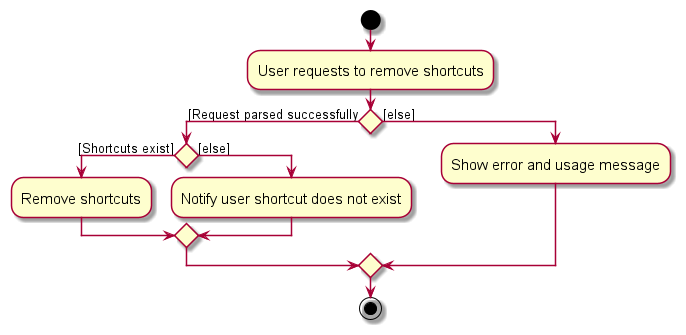
This is docs/images/DeleteShortcutActivityDiagram.png from nus-cs2103-AY2324S1/tp, a PlantUML export, as it was before one commit. The source it was exported from:
```plantuml
@startuml
skin rose
skinparam ActivityFontSize 15
skinparam ArrowFontSize 13
start
:User requests to remove shortcuts;

if () then ([Request parsed successfully)
if () then ([Shortcuts exist])
    :Remove shortcuts;
else ([else])
    :Notify user shortcut does not exist;
endif
else ([else])
    :Show error and usage message;
endif

stop
@enduml
```
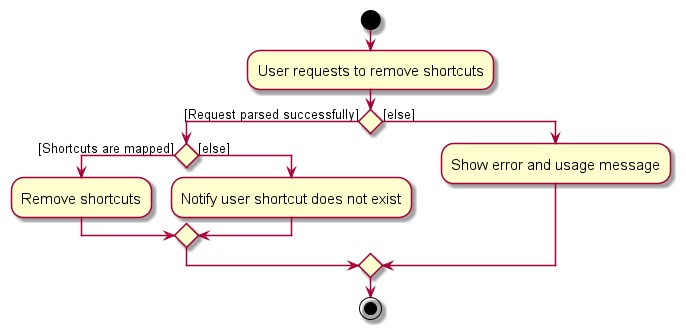
Later version of the same file.

Change to the diagram source:
```diff
@@ -5,8 +5,8 @@
 start
 :User requests to remove shortcuts;
 
-if () then ([Request parsed successfully)
-if () then ([Shortcuts exist])
+if () then ([Request parsed successfully])
+if () then ([Shortcuts are mapped])
     :Remove shortcuts;
 else ([else])
     :Notify user shortcut does not exist;
```
